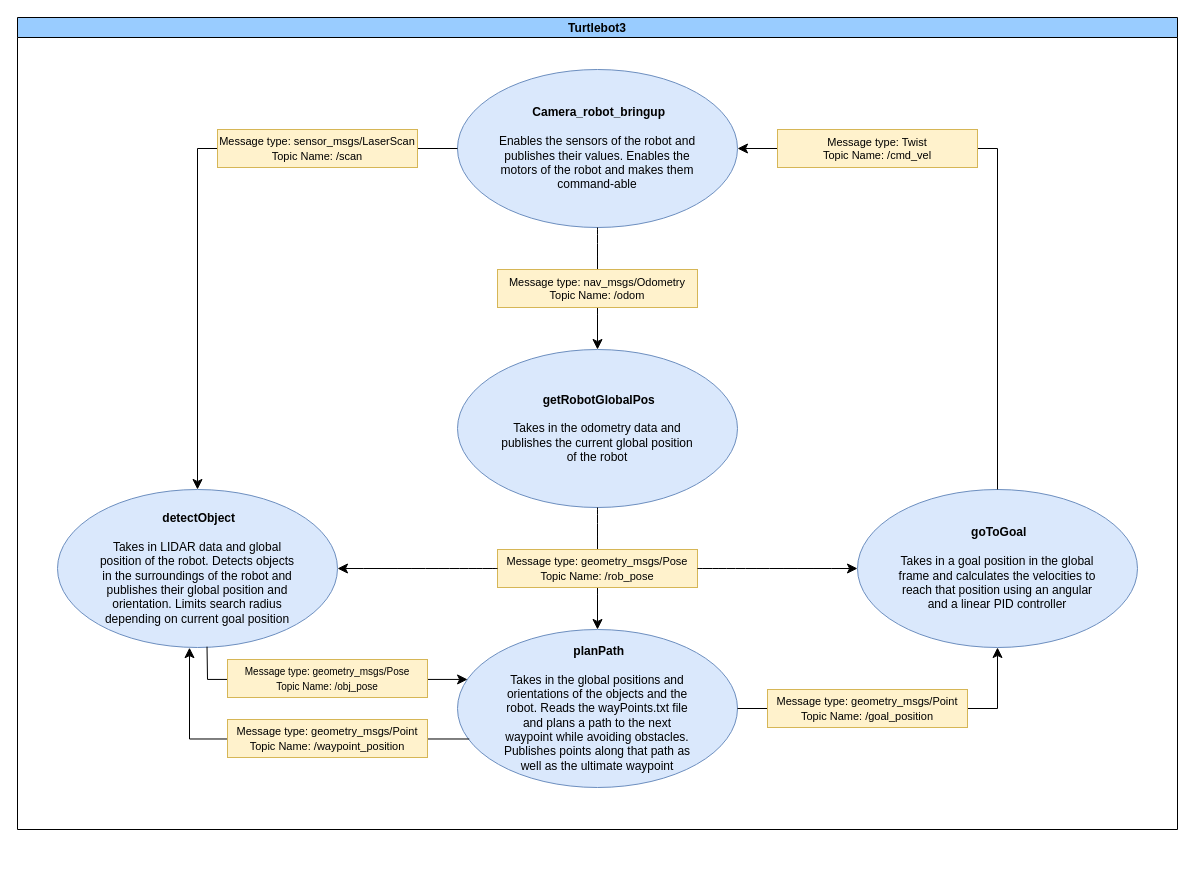
Above: page "Concept 2" (2 of 2) of Lab4/Lab4_diagram.drawio in hcarius3/ME7785_RoboticsResearch (draw.io), before the change. Source tidied: cells renumbered, new cells numbered last; positions are measured from the earlier drawing's top-left corner, leaving out a move shared by most shapes. Both pictures are drawn from the tidied source at 100%, with x=0, y=0 at pixel (17, 17).
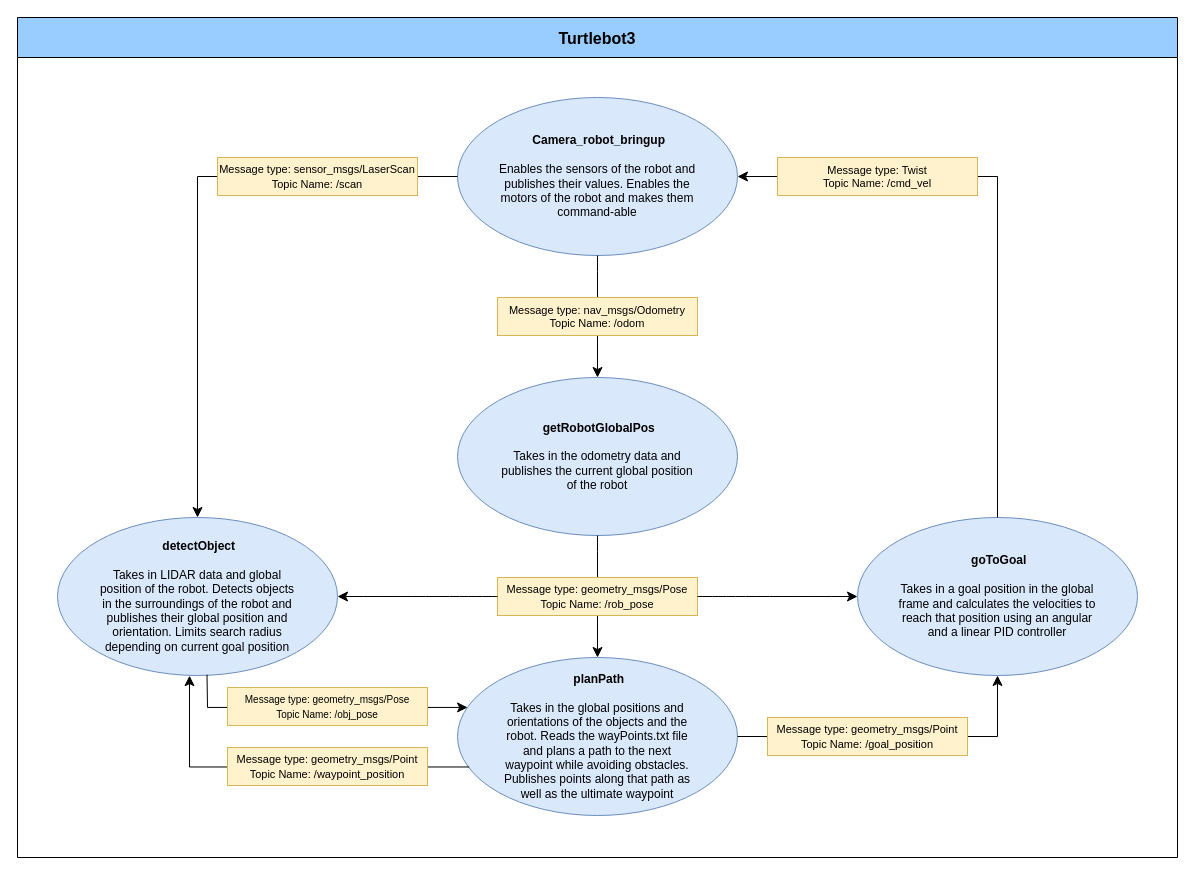
Above is the later version.

Change to the diagram source:
```diff
@@
-    <mxCell id="2" value="Turtlebot3" style="swimlane;startSize=20;horizontal=1;containerType=tree;newEdgeStyle={&quot;edgeStyle&quot;:&quot;elbowEdgeStyle&quot;,&quot;startArrow&quot;:&quot;none&quot;,&quot;endArrow&quot;:&quot;none&quot;};fillColor=#99CCFF;" parent="1" vertex="1">
-      <mxGeometry width="1160" height="812" as="geometry" />
+    <mxCell id="2" value="Turtlebot3" style="swimlane;startSize=40;horizontal=1;containerType=tree;newEdgeStyle={&quot;edgeStyle&quot;:&quot;elbowEdgeStyle&quot;,&quot;startArrow&quot;:&quot;none&quot;,&quot;endArrow&quot;:&quot;none&quot;};fillColor=#99CCFF;fontSize=16;" parent="1" vertex="1">
+      <mxGeometry width="1160" height="840" as="geometry" />
     </mxCell>
     <mxCell id="3" value="&lt;blockquote&gt;&lt;div&gt;&lt;b&gt;&amp;nbsp;Camera_robot_bringup&lt;/b&gt;&lt;br&gt;&lt;br&gt;Enables the sensors of the robot and publishes their values. Enables the motors of the robot and makes them command-able&lt;/div&gt;&lt;/blockquote&gt;" style="ellipse;whiteSpace=wrap;html=1;fillColor=#dae8fc;strokeColor=#6c8ebf;" parent="2" vertex="1">
-      <mxGeometry x="440" y="52" width="280" height="158" as="geometry" />
+      <mxGeometry x="440" y="80" width="280" height="158" as="geometry" />
     </mxCell>
     <mxCell id="4" value="&lt;blockquote&gt;&lt;div&gt;&lt;b&gt;&amp;nbsp;&lt;/b&gt;&lt;b&gt;getRobotGlobalPos&lt;/b&gt;&lt;br&gt;&lt;/div&gt;&lt;div&gt;&lt;br&gt;&lt;/div&gt;&lt;div&gt;Takes in the odometry data and publishes the current global position of the robot&lt;/div&gt;&lt;/blockquote&gt;" style="ellipse;whiteSpace=wrap;html=1;fillColor=#dae8fc;strokeColor=#6c8ebf;" parent="2" vertex="1">
-      <mxGeometry x="440" y="332" width="280" height="158" as="geometry" />
+      <mxGeometry x="440" y="360" width="280" height="158" as="geometry" />
     </mxCell>
     <mxCell id="5" value="&lt;blockquote&gt;&lt;div&gt;&lt;b&gt;&amp;nbsp;&lt;/b&gt;&lt;b&gt;detectObject&lt;/b&gt;&lt;/div&gt;&lt;div&gt;&lt;br&gt;Takes in LIDAR data and global position of the robot. Detects objects in the surroundings of the robot and publishes their global position and orientation. Limits search radius depending on current goal position&lt;/div&gt;&lt;/blockquote&gt;" style="ellipse;whiteSpace=wrap;html=1;fillColor=#dae8fc;strokeColor=#6c8ebf;" parent="2" vertex="1">
-      <mxGeometry x="40" y="472" width="280" height="158" as="geometry" />
+      <mxGeometry x="40" y="500" width="280" height="158" as="geometry" />
     </mxCell>
     <mxCell id="6" value="&lt;blockquote&gt;&lt;div&gt;&lt;b&gt;&amp;nbsp;planPath&lt;/b&gt;&lt;br&gt;&lt;/div&gt;&lt;div&gt;&lt;br&gt;&lt;/div&gt;&lt;div&gt;Takes in the global positions and orientations of the objects and the robot. Reads the wayPoints.txt file and plans a path to the next waypoint while avoiding obstacles. Publishes points along that path as well as the ultimate waypoint&lt;/div&gt;&lt;/blockquote&gt;" style="ellipse;whiteSpace=wrap;html=1;fillColor=#dae8fc;strokeColor=#6c8ebf;" parent="2" vertex="1">
-      <mxGeometry x="440" y="612" width="280" height="158" as="geometry" />
+      <mxGeometry x="440" y="640" width="280" height="158" as="geometry" />
     </mxCell>
     <mxCell id="7" value="&lt;blockquote&gt;&lt;div&gt;&lt;b&gt;&amp;nbsp;goToGoal&lt;/b&gt;&lt;/div&gt;&lt;div&gt;&lt;br&gt;&lt;/div&gt;&lt;div&gt;Takes in a goal position in the global frame and calculates the velocities to reach that position using an angular and a linear PID controller&lt;/div&gt;&lt;/blockquote&gt;" style="ellipse;whiteSpace=wrap;html=1;fillColor=#dae8fc;strokeColor=#6c8ebf;" parent="2" vertex="1">
-      <mxGeometry x="840" y="472" width="280" height="158" as="geometry" />
+      <mxGeometry x="840" y="500" width="280" height="158" as="geometry" />
     </mxCell>
     <mxCell id="8" style="edgeStyle=elbowEdgeStyle;elbow=horizontal;endArrow=classic;html=1;curved=0;rounded=0;endSize=8;startSize=8;fontSize=12;entryX=0.036;entryY=0.316;entryDx=0;entryDy=0;entryPerimeter=0;exitX=0.534;exitY=0.995;exitDx=0;exitDy=0;exitPerimeter=0;" parent="2" edge="1" source="5" target="6">
       <mxGeometry relative="1" as="geometry">
         <Array as="points">
-          <mxPoint x="190" y="652" />
+          <mxPoint x="190" y="680" />
         </Array>
       </mxGeometry>
     </mxCell>
     <mxCell id="9" style="edgeStyle=elbowEdgeStyle;elbow=horizontal;endArrow=classic;html=1;curved=0;rounded=0;endSize=8;startSize=8;fontSize=12;exitX=1;exitY=0.5;exitDx=0;exitDy=0;entryX=0.5;entryY=1;entryDx=0;entryDy=0;" parent="2" edge="1" source="6" target="7">
       <mxGeometry relative="1" as="geometry">
         <Array as="points">
-          <mxPoint x="980" y="672" />
+          <mxPoint x="980" y="700" />
         </Array>
       </mxGeometry>
     </mxCell>
@@
     <mxCell id="12" value="&lt;font style=&quot;font-size: 11px;&quot;&gt;&lt;span style=&quot;--tw-scale-x: 1; --tw-scale-y: 1; --tw-pan-x: ; --tw-pan-y: ; --tw-pinch-zoom: ; --tw-scroll-snap-strictness: proximity; --tw-gradient-from-position: ; --tw-gradient-via-position: ; --tw-gradient-to-position: ; --tw-ordinal: ; --tw-slashed-zero: ; --tw-numeric-figure: ; --tw-numeric-spacing: ; --tw-numeric-fraction: ; --tw-ring-inset: ; --tw-ring-offset-width: 0px; --tw-ring-offset-color: light-dark(#fff, #000000); --tw-ring-color: rgb(59 130 246 / .5); --tw-ring-offset-shadow: 0 0 #0000; --tw-ring-shadow: 0 0 #0000; --tw-shadow: 0 0 #0000; --tw-shadow-colored: 0 0 #0000; --tw-blur: ; --tw-brightness: ; --tw-contrast: ; --tw-grayscale: ; --tw-hue-rotate: ; --tw-invert: ; --tw-saturate: ; --tw-sepia: ; --tw-drop-shadow: ; --tw-backdrop-blur: ; --tw-backdrop-brightness: ; --tw-backdrop-contrast: ; --tw-backdrop-grayscale: ; --tw-backdrop-hue-rotate: ; --tw-backdrop-invert: ; --tw-backdrop-opacity: ; --tw-backdrop-saturate: ; --tw-backdrop-sepia: ;&quot;&gt;Message type: geometry_msgs/Pose&lt;/span&gt;&lt;/font&gt;&lt;div style=&quot;--tw-scale-x: 1; --tw-scale-y: 1; --tw-pan-x: ; --tw-pan-y: ; --tw-pinch-zoom: ; --tw-scroll-snap-strictness: proximity; --tw-gradient-from-position: ; --tw-gradient-via-position: ; --tw-gradient-to-position: ; --tw-ordinal: ; --tw-slashed-zero: ; --tw-numeric-figure: ; --tw-numeric-spacing: ; --tw-numeric-fraction: ; --tw-ring-inset: ; --tw-ring-offset-width: 0px; --tw-ring-offset-color: light-dark(#fff, #000000); --tw-ring-color: rgb(59 130 246 / .5); --tw-ring-offset-shadow: 0 0 #0000; --tw-ring-shadow: 0 0 #0000; --tw-shadow: 0 0 #0000; --tw-shadow-colored: 0 0 #0000; --tw-blur: ; --tw-brightness: ; --tw-contrast: ; --tw-grayscale: ; --tw-hue-rotate: ; --tw-invert: ; --tw-saturate: ; --tw-sepia: ; --tw-drop-shadow: ; --tw-backdrop-blur: ; --tw-backdrop-brightness: ; --tw-backdrop-contrast: ; --tw-backdrop-grayscale: ; --tw-backdrop-hue-rotate: ; --tw-backdrop-invert: ; --tw-backdrop-opacity: ; --tw-backdrop-saturate: ; --tw-backdrop-sepia: ;&quot;&gt;&lt;font style=&quot;font-size: 11px;&quot;&gt;&lt;span&gt;Topic Name: /rob_pose&lt;/span&gt;&lt;/font&gt;&lt;/div&gt;" style="rounded=0;whiteSpace=wrap;html=1;fillColor=#fff2cc;strokeColor=#d6b656;" parent="2" vertex="1">
-      <mxGeometry x="480" y="532" width="200" height="38" as="geometry" />
+      <mxGeometry x="480" y="560" width="200" height="38" as="geometry" />
     </mxCell>
     <mxCell id="13" value="&lt;span style=&quot;--tw-scale-x: 1; --tw-scale-y: 1; --tw-pan-x: ; --tw-pan-y: ; --tw-pinch-zoom: ; --tw-scroll-snap-strictness: proximity; --tw-gradient-from-position: ; --tw-gradient-via-position: ; --tw-gradient-to-position: ; --tw-ordinal: ; --tw-slashed-zero: ; --tw-numeric-figure: ; --tw-numeric-spacing: ; --tw-numeric-fraction: ; --tw-ring-inset: ; --tw-ring-offset-width: 0px; --tw-ring-offset-color: light-dark(#fff, #000000); --tw-ring-color: rgb(59 130 246 / .5); --tw-ring-offset-shadow: 0 0 #0000; --tw-ring-shadow: 0 0 #0000; --tw-shadow: 0 0 #0000; --tw-shadow-colored: 0 0 #0000; --tw-blur: ; --tw-brightness: ; --tw-contrast: ; --tw-grayscale: ; --tw-hue-rotate: ; --tw-invert: ; --tw-saturate: ; --tw-sepia: ; --tw-drop-shadow: ; --tw-backdrop-blur: ; --tw-backdrop-brightness: ; --tw-backdrop-contrast: ; --tw-backdrop-grayscale: ; --tw-backdrop-hue-rotate: ; --tw-backdrop-invert: ; --tw-backdrop-opacity: ; --tw-backdrop-saturate: ; --tw-backdrop-sepia: ; font-size: 11px;&quot;&gt;Message type: nav_msgs/Odometry&lt;/span&gt;&lt;div style=&quot;--tw-scale-x: 1; --tw-scale-y: 1; --tw-pan-x: ; --tw-pan-y: ; --tw-pinch-zoom: ; --tw-scroll-snap-strictness: proximity; --tw-gradient-from-position: ; --tw-gradient-via-position: ; --tw-gradient-to-position: ; --tw-ordinal: ; --tw-slashed-zero: ; --tw-numeric-figure: ; --tw-numeric-spacing: ; --tw-numeric-fraction: ; --tw-ring-inset: ; --tw-ring-offset-width: 0px; --tw-ring-offset-color: light-dark(#fff, #000000); --tw-ring-color: rgb(59 130 246 / .5); --tw-ring-offset-shadow: 0 0 #0000; --tw-ring-shadow: 0 0 #0000; --tw-shadow: 0 0 #0000; --tw-shadow-colored: 0 0 #0000; --tw-blur: ; --tw-brightness: ; --tw-contrast: ; --tw-grayscale: ; --tw-hue-rotate: ; --tw-invert: ; --tw-saturate: ; --tw-sepia: ; --tw-drop-shadow: ; --tw-backdrop-blur: ; --tw-backdrop-brightness: ; --tw-backdrop-contrast: ; --tw-backdrop-grayscale: ; --tw-backdrop-hue-rotate: ; --tw-backdrop-invert: ; --tw-backdrop-opacity: ; --tw-backdrop-saturate: ; --tw-backdrop-sepia: ; font-size: 11px;&quot;&gt;Topic Name: /odom&lt;/div&gt;" style="rounded=0;whiteSpace=wrap;html=1;fillColor=#fff2cc;strokeColor=#d6b656;" parent="2" vertex="1">
-      <mxGeometry x="480" y="252" width="200" height="38" as="geometry" />
+      <mxGeometry x="480" y="280" width="200" height="38" as="geometry" />
     </mxCell>
     <mxCell id="14" value="&lt;font style=&quot;font-size: 11px;&quot;&gt;&lt;span style=&quot;--tw-scale-x: 1; --tw-scale-y: 1; --tw-pan-x: ; --tw-pan-y: ; --tw-pinch-zoom: ; --tw-scroll-snap-strictness: proximity; --tw-gradient-from-position: ; --tw-gradient-via-position: ; --tw-gradient-to-position: ; --tw-ordinal: ; --tw-slashed-zero: ; --tw-numeric-figure: ; --tw-numeric-spacing: ; --tw-numeric-fraction: ; --tw-ring-inset: ; --tw-ring-offset-width: 0px; --tw-ring-offset-color: light-dark(#fff, #000000); --tw-ring-color: rgb(59 130 246 / .5); --tw-ring-offset-shadow: 0 0 #0000; --tw-ring-shadow: 0 0 #0000; --tw-shadow: 0 0 #0000; --tw-shadow-colored: 0 0 #0000; --tw-blur: ; --tw-brightness: ; --tw-contrast: ; --tw-grayscale: ; --tw-hue-rotate: ; --tw-invert: ; --tw-saturate: ; --tw-sepia: ; --tw-drop-shadow: ; --tw-backdrop-blur: ; --tw-backdrop-brightness: ; --tw-backdrop-contrast: ; --tw-backdrop-grayscale: ; --tw-backdrop-hue-rotate: ; --tw-backdrop-invert: ; --tw-backdrop-opacity: ; --tw-backdrop-saturate: ; --tw-backdrop-sepia: ;&quot;&gt;Message type: geometry_msgs/Point&lt;/span&gt;&lt;/font&gt;&lt;div style=&quot;--tw-scale-x: 1; --tw-scale-y: 1; --tw-pan-x: ; --tw-pan-y: ; --tw-pinch-zoom: ; --tw-scroll-snap-strictness: proximity; --tw-gradient-from-position: ; --tw-gradient-via-position: ; --tw-gradient-to-position: ; --tw-ordinal: ; --tw-slashed-zero: ; --tw-numeric-figure: ; --tw-numeric-spacing: ; --tw-numeric-fraction: ; --tw-ring-inset: ; --tw-ring-offset-width: 0px; --tw-ring-offset-color: light-dark(#fff, #000000); --tw-ring-color: rgb(59 130 246 / .5); --tw-ring-offset-shadow: 0 0 #0000; --tw-ring-shadow: 0 0 #0000; --tw-shadow: 0 0 #0000; --tw-shadow-colored: 0 0 #0000; --tw-blur: ; --tw-brightness: ; --tw-contrast: ; --tw-grayscale: ; --tw-hue-rotate: ; --tw-invert: ; --tw-saturate: ; --tw-sepia: ; --tw-drop-shadow: ; --tw-backdrop-blur: ; --tw-backdrop-brightness: ; --tw-backdrop-contrast: ; --tw-backdrop-grayscale: ; --tw-backdrop-hue-rotate: ; --tw-backdrop-invert: ; --tw-backdrop-opacity: ; --tw-backdrop-saturate: ; --tw-backdrop-sepia: ;&quot;&gt;&lt;font style=&quot;font-size: 11px;&quot;&gt;&lt;span&gt;Topic Name: /goal_position&lt;/span&gt;&lt;/font&gt;&lt;/div&gt;" style="rounded=0;whiteSpace=wrap;html=1;fillColor=#fff2cc;strokeColor=#d6b656;" parent="2" vertex="1">
-      <mxGeometry x="750" y="672" width="200" height="38" as="geometry" />
+      <mxGeometry x="750" y="700" width="200" height="38" as="geometry" />
     </mxCell>
     <mxCell id="15" value="&lt;font style=&quot;font-size: 10px;&quot;&gt;&lt;span style=&quot;--tw-scale-x: 1; --tw-scale-y: 1; --tw-pan-x: ; --tw-pan-y: ; --tw-pinch-zoom: ; --tw-scroll-snap-strictness: proximity; --tw-gradient-from-position: ; --tw-gradient-via-position: ; --tw-gradient-to-position: ; --tw-ordinal: ; --tw-slashed-zero: ; --tw-numeric-figure: ; --tw-numeric-spacing: ; --tw-numeric-fraction: ; --tw-ring-inset: ; --tw-ring-offset-width: 0px; --tw-ring-offset-color: light-dark(#fff, #000000); --tw-ring-color: rgb(59 130 246 / .5); --tw-ring-offset-shadow: 0 0 #0000; --tw-ring-shadow: 0 0 #0000; --tw-shadow: 0 0 #0000; --tw-shadow-colored: 0 0 #0000; --tw-blur: ; --tw-brightness: ; --tw-contrast: ; --tw-grayscale: ; --tw-hue-rotate: ; --tw-invert: ; --tw-saturate: ; --tw-sepia: ; --tw-drop-shadow: ; --tw-backdrop-blur: ; --tw-backdrop-brightness: ; --tw-backdrop-contrast: ; --tw-backdrop-grayscale: ; --tw-backdrop-hue-rotate: ; --tw-backdrop-invert: ; --tw-backdrop-opacity: ; --tw-backdrop-saturate: ; --tw-backdrop-sepia: ;&quot;&gt;Message type: geometry_msgs/Pose&lt;/span&gt;&lt;/font&gt;&lt;div style=&quot;--tw-scale-x: 1; --tw-scale-y: 1; --tw-pan-x: ; --tw-pan-y: ; --tw-pinch-zoom: ; --tw-scroll-snap-strictness: proximity; --tw-gradient-from-position: ; --tw-gradient-via-position: ; --tw-gradient-to-position: ; --tw-ordinal: ; --tw-slashed-zero: ; --tw-numeric-figure: ; --tw-numeric-spacing: ; --tw-numeric-fraction: ; --tw-ring-inset: ; --tw-ring-offset-width: 0px; --tw-ring-offset-color: light-dark(#fff, #000000); --tw-ring-color: rgb(59 130 246 / .5); --tw-ring-offset-shadow: 0 0 #0000; --tw-ring-shadow: 0 0 #0000; --tw-shadow: 0 0 #0000; --tw-shadow-colored: 0 0 #0000; --tw-blur: ; --tw-brightness: ; --tw-contrast: ; --tw-grayscale: ; --tw-hue-rotate: ; --tw-invert: ; --tw-saturate: ; --tw-sepia: ; --tw-drop-shadow: ; --tw-backdrop-blur: ; --tw-backdrop-brightness: ; --tw-backdrop-contrast: ; --tw-backdrop-grayscale: ; --tw-backdrop-hue-rotate: ; --tw-backdrop-invert: ; --tw-backdrop-opacity: ; --tw-backdrop-saturate: ; --tw-backdrop-sepia: ;&quot;&gt;&lt;font style=&quot;font-size: 10px;&quot;&gt;&lt;span&gt;Topic Name: /obj_pose&lt;/span&gt;&lt;/font&gt;&lt;/div&gt;" style="rounded=0;whiteSpace=wrap;html=1;fillColor=#fff2cc;strokeColor=#d6b656;" parent="2" vertex="1">
-      <mxGeometry x="210" y="642" width="200" height="38" as="geometry" />
+      <mxGeometry x="210" y="670" width="200" height="38" as="geometry" />
     </mxCell>
     <mxCell id="16" style="edgeStyle=elbowEdgeStyle;elbow=vertical;endArrow=classic;html=1;curved=0;rounded=0;endSize=8;startSize=8;fontSize=12;exitX=0;exitY=0.5;exitDx=0;exitDy=0;entryX=0.5;entryY=0;entryDx=0;entryDy=0;" parent="2" edge="1" source="3" target="5">
       <mxGeometry relative="1" as="geometry">
         <Array as="points">
-          <mxPoint x="300" y="131" />
+          <mxPoint x="300" y="159" />
         </Array>
       </mxGeometry>
     </mxCell>
     <mxCell id="17" value="&lt;font style=&quot;font-size: 11px;&quot;&gt;Message type: sensor_msgs/LaserScan&lt;br&gt;Topic Name: /scan&lt;/font&gt;" style="rounded=0;whiteSpace=wrap;html=1;fillColor=#fff2cc;strokeColor=#d6b656;" parent="2" vertex="1">
-      <mxGeometry x="200" y="112" width="200" height="38" as="geometry" />
+      <mxGeometry x="200" y="140" width="200" height="38" as="geometry" />
     </mxCell>
@@
     <mxCell id="20" style="edgeStyle=elbowEdgeStyle;elbow=vertical;endArrow=classic;html=1;curved=0;rounded=0;endSize=8;startSize=8;fontSize=12;entryX=1;entryY=0.5;entryDx=0;entryDy=0;exitX=0.5;exitY=0;exitDx=0;exitDy=0;" parent="2" edge="1" source="7" target="3">
       <mxGeometry relative="1" as="geometry">
         <Array as="points">
-          <mxPoint x="880" y="131" />
+          <mxPoint x="880" y="159" />
         </Array>
       </mxGeometry>
     </mxCell>
     <mxCell id="21" value="&lt;span style=&quot;--tw-scale-x: 1; --tw-scale-y: 1; --tw-pan-x: ; --tw-pan-y: ; --tw-pinch-zoom: ; --tw-scroll-snap-strictness: proximity; --tw-gradient-from-position: ; --tw-gradient-via-position: ; --tw-gradient-to-position: ; --tw-ordinal: ; --tw-slashed-zero: ; --tw-numeric-figure: ; --tw-numeric-spacing: ; --tw-numeric-fraction: ; --tw-ring-inset: ; --tw-ring-offset-width: 0px; --tw-ring-offset-color: light-dark(#fff, #000000); --tw-ring-color: rgb(59 130 246 / .5); --tw-ring-offset-shadow: 0 0 #0000; --tw-ring-shadow: 0 0 #0000; --tw-shadow: 0 0 #0000; --tw-shadow-colored: 0 0 #0000; --tw-blur: ; --tw-brightness: ; --tw-contrast: ; --tw-grayscale: ; --tw-hue-rotate: ; --tw-invert: ; --tw-saturate: ; --tw-sepia: ; --tw-drop-shadow: ; --tw-backdrop-blur: ; --tw-backdrop-brightness: ; --tw-backdrop-contrast: ; --tw-backdrop-grayscale: ; --tw-backdrop-hue-rotate: ; --tw-backdrop-invert: ; --tw-backdrop-opacity: ; --tw-backdrop-saturate: ; --tw-backdrop-sepia: ; font-size: 11px;&quot;&gt;Message type: Twist&lt;/span&gt;&lt;div style=&quot;--tw-scale-x: 1; --tw-scale-y: 1; --tw-pan-x: ; --tw-pan-y: ; --tw-pinch-zoom: ; --tw-scroll-snap-strictness: proximity; --tw-gradient-from-position: ; --tw-gradient-via-position: ; --tw-gradient-to-position: ; --tw-ordinal: ; --tw-slashed-zero: ; --tw-numeric-figure: ; --tw-numeric-spacing: ; --tw-numeric-fraction: ; --tw-ring-inset: ; --tw-ring-offset-width: 0px; --tw-ring-offset-color: light-dark(#fff, #000000); --tw-ring-color: rgb(59 130 246 / .5); --tw-ring-offset-shadow: 0 0 #0000; --tw-ring-shadow: 0 0 #0000; --tw-shadow: 0 0 #0000; --tw-shadow-colored: 0 0 #0000; --tw-blur: ; --tw-brightness: ; --tw-contrast: ; --tw-grayscale: ; --tw-hue-rotate: ; --tw-invert: ; --tw-saturate: ; --tw-sepia: ; --tw-drop-shadow: ; --tw-backdrop-blur: ; --tw-backdrop-brightness: ; --tw-backdrop-contrast: ; --tw-backdrop-grayscale: ; --tw-backdrop-hue-rotate: ; --tw-backdrop-invert: ; --tw-backdrop-opacity: ; --tw-backdrop-saturate: ; --tw-backdrop-sepia: ; font-size: 11px;&quot;&gt;Topic Name: /cmd_vel&lt;/div&gt;" style="rounded=0;whiteSpace=wrap;html=1;fillColor=#fff2cc;strokeColor=#d6b656;" parent="2" vertex="1">
-      <mxGeometry x="760" y="112" width="200" height="38" as="geometry" />
+      <mxGeometry x="760" y="140" width="200" height="38" as="geometry" />
     </mxCell>
     <mxCell id="22" style="edgeStyle=elbowEdgeStyle;elbow=horizontal;endArrow=classic;html=1;curved=0;rounded=0;endSize=8;startSize=8;fontSize=12;entryX=0.47;entryY=1.001;entryDx=0;entryDy=0;entryPerimeter=0;exitX=0.042;exitY=0.693;exitDx=0;exitDy=0;exitPerimeter=0;" parent="2" edge="1" source="6" target="5">
       <mxGeometry relative="1" as="geometry">
         <Array as="points">
-          <mxPoint x="172" y="672" />
+          <mxPoint x="172" y="700" />
         </Array>
       </mxGeometry>
     </mxCell>
     <mxCell id="23" value="&lt;font style=&quot;font-size: 11px;&quot;&gt;&lt;span style=&quot;--tw-scale-x: 1; --tw-scale-y: 1; --tw-pan-x: ; --tw-pan-y: ; --tw-pinch-zoom: ; --tw-scroll-snap-strictness: proximity; --tw-gradient-from-position: ; --tw-gradient-via-position: ; --tw-gradient-to-position: ; --tw-ordinal: ; --tw-slashed-zero: ; --tw-numeric-figure: ; --tw-numeric-spacing: ; --tw-numeric-fraction: ; --tw-ring-inset: ; --tw-ring-offset-width: 0px; --tw-ring-offset-color: light-dark(#fff, #000000); --tw-ring-color: rgb(59 130 246 / .5); --tw-ring-offset-shadow: 0 0 #0000; --tw-ring-shadow: 0 0 #0000; --tw-shadow: 0 0 #0000; --tw-shadow-colored: 0 0 #0000; --tw-blur: ; --tw-brightness: ; --tw-contrast: ; --tw-grayscale: ; --tw-hue-rotate: ; --tw-invert: ; --tw-saturate: ; --tw-sepia: ; --tw-drop-shadow: ; --tw-backdrop-blur: ; --tw-backdrop-brightness: ; --tw-backdrop-contrast: ; --tw-backdrop-grayscale: ; --tw-backdrop-hue-rotate: ; --tw-backdrop-invert: ; --tw-backdrop-opacity: ; --tw-backdrop-saturate: ; --tw-backdrop-sepia: ;&quot;&gt;Message type: geometry_msgs/Point&lt;/span&gt;&lt;/font&gt;&lt;div style=&quot;--tw-scale-x: 1; --tw-scale-y: 1; --tw-pan-x: ; --tw-pan-y: ; --tw-pinch-zoom: ; --tw-scroll-snap-strictness: proximity; --tw-gradient-from-position: ; --tw-gradient-via-position: ; --tw-gradient-to-position: ; --tw-ordinal: ; --tw-slashed-zero: ; --tw-numeric-figure: ; --tw-numeric-spacing: ; --tw-numeric-fraction: ; --tw-ring-inset: ; --tw-ring-offset-width: 0px; --tw-ring-offset-color: light-dark(#fff, #000000); --tw-ring-color: rgb(59 130 246 / .5); --tw-ring-offset-shadow: 0 0 #0000; --tw-ring-shadow: 0 0 #0000; --tw-shadow: 0 0 #0000; --tw-shadow-colored: 0 0 #0000; --tw-blur: ; --tw-brightness: ; --tw-contrast: ; --tw-grayscale: ; --tw-hue-rotate: ; --tw-invert: ; --tw-saturate: ; --tw-sepia: ; --tw-drop-shadow: ; --tw-backdrop-blur: ; --tw-backdrop-brightness: ; --tw-backdrop-contrast: ; --tw-backdrop-grayscale: ; --tw-backdrop-hue-rotate: ; --tw-backdrop-invert: ; --tw-backdrop-opacity: ; --tw-backdrop-saturate: ; --tw-backdrop-sepia: ;&quot;&gt;&lt;font style=&quot;font-size: 11px;&quot;&gt;&lt;span&gt;Topic Name: /waypoint_position&lt;/span&gt;&lt;/font&gt;&lt;/div&gt;" style="rounded=0;whiteSpace=wrap;html=1;fillColor=#fff2cc;strokeColor=#d6b656;" parent="2" vertex="1">
-      <mxGeometry x="210" y="702" width="200" height="38" as="geometry" />
+      <mxGeometry x="210" y="730" width="200" height="38" as="geometry" />
     </mxCell>
```
